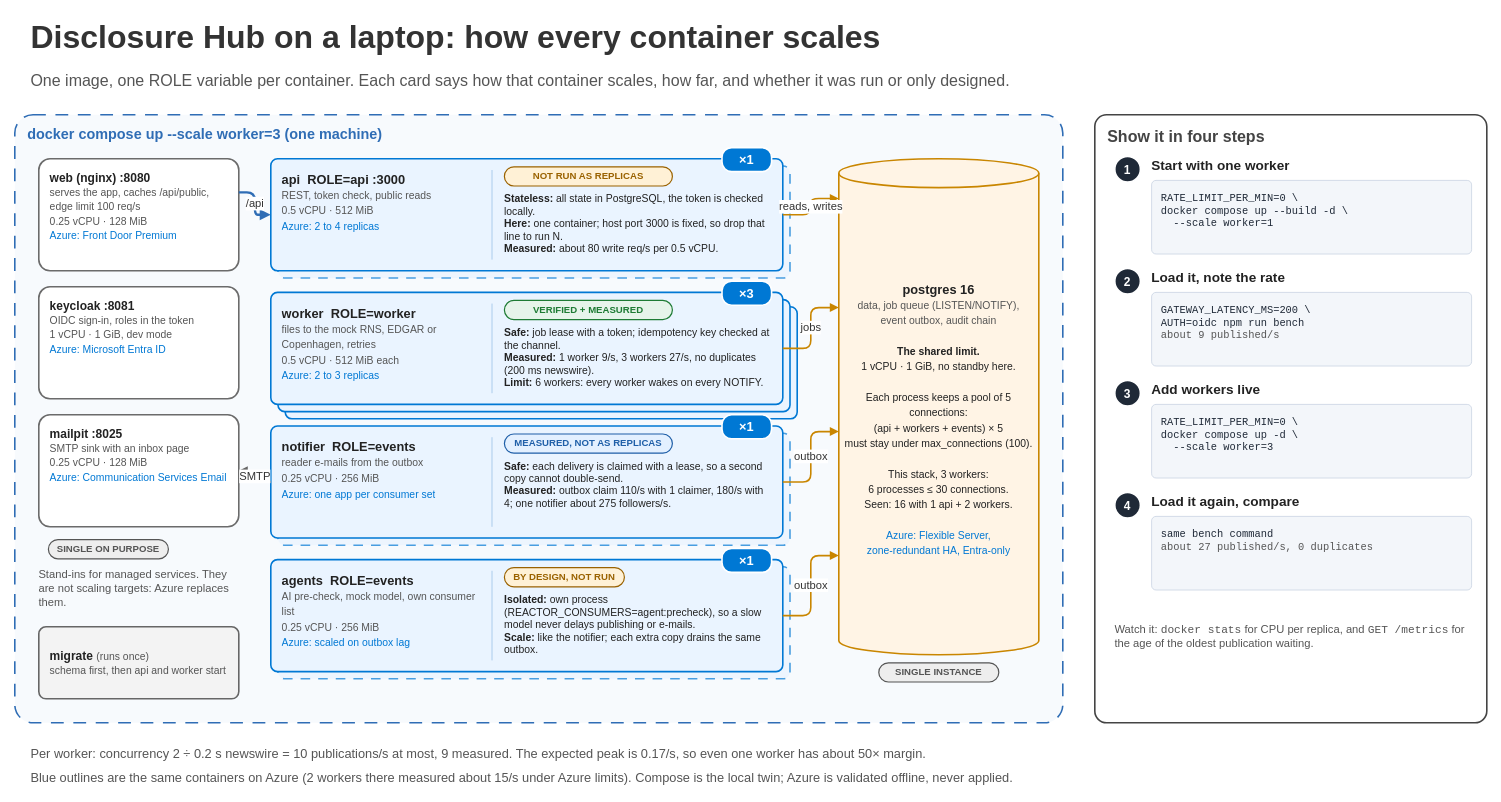
Earlier version of the draw.io diagram docs/diagrams/04-local-scaling.drawio (PierfrancescoLijoi/disclosure-hub). Source tidied: cells renumbered, new cells numbered last; positions are measured from the earlier drawing's top-left corner, leaving out a move shared by most shapes. Both pictures are drawn from the tidied source at 80%, with x=0, y=0 at pixel (14, 14).
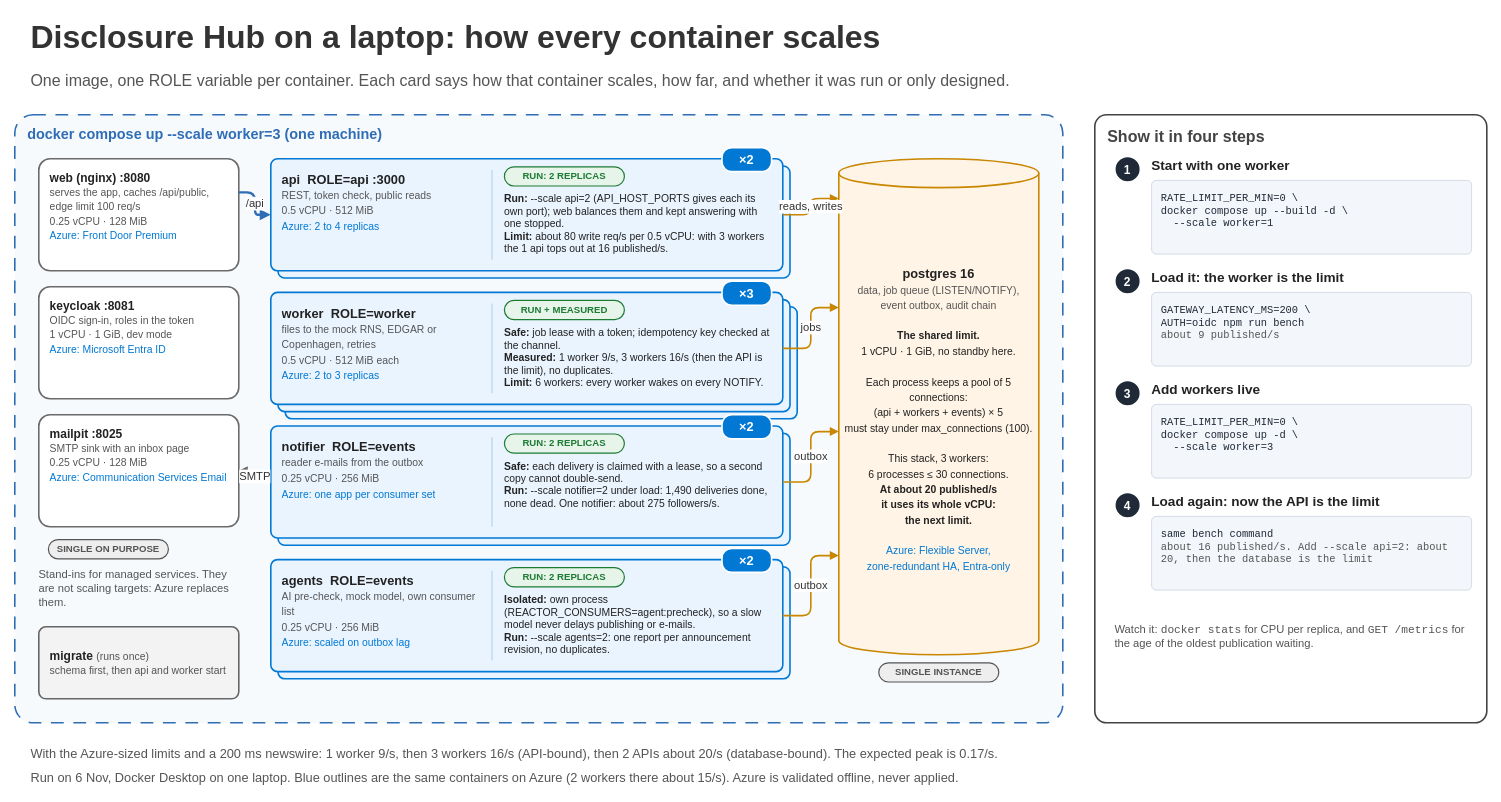
After the change.

Commit message (it also covers changes not shown here):
docs: measured local scaling, re-run with the Azure-sized limits

The edit, as a diff of the source:
```diff
@@
-    <mxCell id="12" style="fontFamily=Helvetica;rounded=1;arcSize=6;whiteSpace=wrap;html=1;fillColor=#EAF4FF;strokeColor=#0078D4;strokeWidth=2;dashed=1;dashPattern=6 5;opacity=70;" parent="1" vertex="1">
+    <mxCell id="12" style="fontFamily=Helvetica;rounded=1;arcSize=6;whiteSpace=wrap;html=1;fillColor=#EAF4FF;strokeColor=#0078D4;strokeWidth=2;dashed=0;" parent="1" vertex="1">
       <mxGeometry x="329" y="190" width="640" height="140" as="geometry" />
     </mxCell>
@@
-    <mxCell id="16" value="&lt;b&gt;Stateless:&lt;/b&gt; all state in PostgreSQL, the token is checked locally.&lt;br&gt;&lt;b&gt;Here:&lt;/b&gt; one container; host port 3000 is fixed, so drop that line to run N.&lt;br&gt;&lt;b&gt;Measured:&lt;/b&gt; about 80 write req/s per 0.5 vCPU." style="fontFamily=Helvetica;text;html=1;whiteSpace=wrap;fontSize=13;fontColor=#222222;align=left;verticalAlign=top;fontStyle=0;strokeColor=none;fillColor=none;spacing=0;spacingLeft=0;overflow=hidden;" parent="1" vertex="1">
+    <mxCell id="16" value="&lt;b&gt;Run:&lt;/b&gt; --scale api=2 (API_HOST_PORTS gives each its own port); web balances them and kept answering with one stopped.&lt;br&gt;&lt;b&gt;Limit:&lt;/b&gt; about 80 write req/s per 0.5 vCPU: with 3 workers the 1 api tops out at 16 published/s." style="fontFamily=Helvetica;text;html=1;whiteSpace=wrap;fontSize=13;fontColor=#222222;align=left;verticalAlign=top;fontStyle=0;strokeColor=none;fillColor=none;spacing=0;spacingLeft=0;overflow=hidden;" parent="1" vertex="1">
       <mxGeometry x="612" y="219" width="334" height="96" as="geometry" />
     </mxCell>
-    <mxCell id="17" value="NOT RUN AS REPLICAS" style="fontFamily=Helvetica;rounded=1;arcSize=50;whiteSpace=wrap;html=1;fillColor=#FFF1D6;strokeColor=#9A6200;strokeWidth=1.5;fontSize=12;fontStyle=1;fontColor=#9A6200;align=center;verticalAlign=middle;" parent="1" vertex="1">
-      <mxGeometry x="612" y="191" width="210" height="24" as="geometry" />
+    <mxCell id="17" value="RUN: 2 REPLICAS" style="fontFamily=Helvetica;rounded=1;arcSize=50;whiteSpace=wrap;html=1;fillColor=#E6F4EA;strokeColor=#1E7B34;strokeWidth=1.5;fontSize=12;fontStyle=1;fontColor=#1E7B34;align=center;verticalAlign=middle;" parent="1" vertex="1">
+      <mxGeometry x="612" y="191" width="150" height="24" as="geometry" />
     </mxCell>
-    <mxCell id="18" value="×1" style="fontFamily=Helvetica;rounded=1;arcSize=40;whiteSpace=wrap;html=1;fillColor=#0078D4;strokeColor=#FFFFFF;strokeWidth=2;fontSize=16;fontStyle=1;fontColor=#FFFFFF;align=center;verticalAlign=middle;" parent="1" vertex="1">
+    <mxCell id="18" value="×2" style="fontFamily=Helvetica;rounded=1;arcSize=40;whiteSpace=wrap;html=1;fillColor=#0078D4;strokeColor=#FFFFFF;strokeWidth=2;fontSize=16;fontStyle=1;fontColor=#FFFFFF;align=center;verticalAlign=middle;" parent="1" vertex="1">
       <mxGeometry x="884" y="167" width="62" height="30" as="geometry" />
     </mxCell>
@@
-    <mxCell id="24" value="&lt;b&gt;Safe:&lt;/b&gt; job lease with a token; idempotency key checked at the channel.&lt;br&gt;&lt;b&gt;Measured:&lt;/b&gt; 1 worker 9/s, 3 workers 27/s, no duplicates (200 ms newswire).&lt;br&gt;&lt;b&gt;Limit:&lt;/b&gt; 6 workers: every worker wakes on every NOTIFY." style="fontFamily=Helvetica;text;html=1;whiteSpace=wrap;fontSize=13;fontColor=#222222;align=left;verticalAlign=top;fontStyle=0;strokeColor=none;fillColor=none;spacing=0;spacingLeft=0;overflow=hidden;" parent="1" vertex="1">
+    <mxCell id="24" value="&lt;b&gt;Safe:&lt;/b&gt; job lease with a token; idempotency key checked at the channel.&lt;br&gt;&lt;b&gt;Measured:&lt;/b&gt; 1 worker 9/s, 3 workers 16/s (then the API is the limit), no duplicates.&lt;br&gt;&lt;b&gt;Limit:&lt;/b&gt; 6 workers: every worker wakes on every NOTIFY." style="fontFamily=Helvetica;text;html=1;whiteSpace=wrap;fontSize=13;fontColor=#222222;align=left;verticalAlign=top;fontStyle=0;strokeColor=none;fillColor=none;spacing=0;spacingLeft=0;overflow=hidden;" parent="1" vertex="1">
       <mxGeometry x="612" y="386" width="334" height="96" as="geometry" />
     </mxCell>
-    <mxCell id="25" value="VERIFIED + MEASURED" style="fontFamily=Helvetica;rounded=1;arcSize=50;whiteSpace=wrap;html=1;fillColor=#E6F4EA;strokeColor=#1E7B34;strokeWidth=1.5;fontSize=12;fontStyle=1;fontColor=#1E7B34;align=center;verticalAlign=middle;" parent="1" vertex="1">
-      <mxGeometry x="612" y="358" width="210" height="24" as="geometry" />
+    <mxCell id="25" value="RUN + MEASURED" style="fontFamily=Helvetica;rounded=1;arcSize=50;whiteSpace=wrap;html=1;fillColor=#E6F4EA;strokeColor=#1E7B34;strokeWidth=1.5;fontSize=12;fontStyle=1;fontColor=#1E7B34;align=center;verticalAlign=middle;" parent="1" vertex="1">
+      <mxGeometry x="612" y="358" width="150" height="24" as="geometry" />
     </mxCell>
@@
-    <mxCell id="27" style="fontFamily=Helvetica;rounded=1;arcSize=6;whiteSpace=wrap;html=1;fillColor=#EAF4FF;strokeColor=#0078D4;strokeWidth=2;dashed=1;dashPattern=6 5;opacity=70;" parent="1" vertex="1">
+    <mxCell id="27" style="fontFamily=Helvetica;rounded=1;arcSize=6;whiteSpace=wrap;html=1;fillColor=#EAF4FF;strokeColor=#0078D4;strokeWidth=2;dashed=0;" parent="1" vertex="1">
       <mxGeometry x="329" y="524" width="640" height="140" as="geometry" />
     </mxCell>
@@
-    <mxCell id="31" value="&lt;b&gt;Safe:&lt;/b&gt; each delivery is claimed with a lease, so a second copy cannot double-send.&lt;br&gt;&lt;b&gt;Measured:&lt;/b&gt; outbox claim 110/s with 1 claimer, 180/s with 4; one notifier about 275 followers/s." style="fontFamily=Helvetica;text;html=1;whiteSpace=wrap;fontSize=13;fontColor=#222222;align=left;verticalAlign=top;fontStyle=0;strokeColor=none;fillColor=none;spacing=0;spacingLeft=0;overflow=hidden;" parent="1" vertex="1">
+    <mxCell id="31" value="&lt;b&gt;Safe:&lt;/b&gt; each delivery is claimed with a lease, so a second copy cannot double-send.&lt;br&gt;&lt;b&gt;Run:&lt;/b&gt; --scale notifier=2 under load: 1,490 deliveries done, none dead. One notifier: about 275 followers/s." style="fontFamily=Helvetica;text;html=1;whiteSpace=wrap;fontSize=13;fontColor=#222222;align=left;verticalAlign=top;fontStyle=0;strokeColor=none;fillColor=none;spacing=0;spacingLeft=0;overflow=hidden;" parent="1" vertex="1">
       <mxGeometry x="612" y="553" width="334" height="96" as="geometry" />
     </mxCell>
-    <mxCell id="32" value="MEASURED, NOT AS REPLICAS" style="fontFamily=Helvetica;rounded=1;arcSize=50;whiteSpace=wrap;html=1;fillColor=#E3F0FF;strokeColor=#1F5FA8;strokeWidth=1.5;fontSize=12;fontStyle=1;fontColor=#1F5FA8;align=center;verticalAlign=middle;" parent="1" vertex="1">
-      <mxGeometry x="612" y="525" width="210" height="24" as="geometry" />
+    <mxCell id="32" value="RUN: 2 REPLICAS" style="fontFamily=Helvetica;rounded=1;arcSize=50;whiteSpace=wrap;html=1;fillColor=#E6F4EA;strokeColor=#1E7B34;strokeWidth=1.5;fontSize=12;fontStyle=1;fontColor=#1E7B34;align=center;verticalAlign=middle;" parent="1" vertex="1">
+      <mxGeometry x="612" y="525" width="150" height="24" as="geometry" />
     </mxCell>
-    <mxCell id="33" value="×1" style="fontFamily=Helvetica;rounded=1;arcSize=40;whiteSpace=wrap;html=1;fillColor=#0078D4;strokeColor=#FFFFFF;strokeWidth=2;fontSize=16;fontStyle=1;fontColor=#FFFFFF;align=center;verticalAlign=middle;" parent="1" vertex="1">
+    <mxCell id="33" value="×2" style="fontFamily=Helvetica;rounded=1;arcSize=40;whiteSpace=wrap;html=1;fillColor=#0078D4;strokeColor=#FFFFFF;strokeWidth=2;fontSize=16;fontStyle=1;fontColor=#FFFFFF;align=center;verticalAlign=middle;" parent="1" vertex="1">
       <mxGeometry x="884" y="501" width="62" height="30" as="geometry" />
     </mxCell>
-    <mxCell id="34" style="fontFamily=Helvetica;rounded=1;arcSize=6;whiteSpace=wrap;html=1;fillColor=#EAF4FF;strokeColor=#0078D4;strokeWidth=2;dashed=1;dashPattern=6 5;opacity=70;" parent="1" vertex="1">
+    <mxCell id="34" style="fontFamily=Helvetica;rounded=1;arcSize=6;whiteSpace=wrap;html=1;fillColor=#EAF4FF;strokeColor=#0078D4;strokeWidth=2;dashed=0;" parent="1" vertex="1">
       <mxGeometry x="329" y="691" width="640" height="140" as="geometry" />
     </mxCell>
@@
-    <mxCell id="38" value="&lt;b&gt;Isolated:&lt;/b&gt; own process (REACTOR_CONSUMERS=agent:precheck), so a slow model never delays publishing or e-mails.&lt;br&gt;&lt;b&gt;Scale:&lt;/b&gt; like the notifier; each extra copy drains the same outbox." style="fontFamily=Helvetica;text;html=1;whiteSpace=wrap;fontSize=13;fontColor=#222222;align=left;verticalAlign=top;fontStyle=0;strokeColor=none;fillColor=none;spacing=0;spacingLeft=0;overflow=hidden;" parent="1" vertex="1">
+    <mxCell id="38" value="&lt;b&gt;Isolated:&lt;/b&gt; own process (REACTOR_CONSUMERS=agent:precheck), so a slow model never delays publishing or e-mails.&lt;br&gt;&lt;b&gt;Run:&lt;/b&gt; --scale agents=2: one report per announcement revision, no duplicates." style="fontFamily=Helvetica;text;html=1;whiteSpace=wrap;fontSize=13;fontColor=#222222;align=left;verticalAlign=top;fontStyle=0;strokeColor=none;fillColor=none;spacing=0;spacingLeft=0;overflow=hidden;" parent="1" vertex="1">
       <mxGeometry x="612" y="720" width="334" height="96" as="geometry" />
     </mxCell>
-    <mxCell id="39" value="BY DESIGN, NOT RUN" style="fontFamily=Helvetica;rounded=1;arcSize=50;whiteSpace=wrap;html=1;fillColor=#FFF1D6;strokeColor=#9A6200;strokeWidth=1.5;fontSize=12;fontStyle=1;fontColor=#9A6200;align=center;verticalAlign=middle;" parent="1" vertex="1">
+    <mxCell id="39" value="RUN: 2 REPLICAS" style="fontFamily=Helvetica;rounded=1;arcSize=50;whiteSpace=wrap;html=1;fillColor=#E6F4EA;strokeColor=#1E7B34;strokeWidth=1.5;fontSize=12;fontStyle=1;fontColor=#1E7B34;align=center;verticalAlign=middle;" parent="1" vertex="1">
       <mxGeometry x="612" y="692" width="150" height="24" as="geometry" />
     </mxCell>
-    <mxCell id="40" value="×1" style="fontFamily=Helvetica;rounded=1;arcSize=40;whiteSpace=wrap;html=1;fillColor=#0078D4;strokeColor=#FFFFFF;strokeWidth=2;fontSize=16;fontStyle=1;fontColor=#FFFFFF;align=center;verticalAlign=middle;" parent="1" vertex="1">
+    <mxCell id="40" value="×2" style="fontFamily=Helvetica;rounded=1;arcSize=40;whiteSpace=wrap;html=1;fillColor=#0078D4;strokeColor=#FFFFFF;strokeWidth=2;fontSize=16;fontStyle=1;fontColor=#FFFFFF;align=center;verticalAlign=middle;" parent="1" vertex="1">
       <mxGeometry x="884" y="668" width="62" height="30" as="geometry" />
     </mxCell>
-    <mxCell id="41" value="&lt;b&gt;postgres 16&lt;/b&gt;&lt;br&gt;&lt;font style=&quot;font-size:13px;color:#555555&quot;&gt;data, job queue (LISTEN/NOTIFY),&lt;br&gt;event outbox, audit chain&lt;/font&gt;&lt;br&gt;&lt;br&gt;&lt;font style=&quot;font-size:13px;color:#222222&quot;&gt;&lt;b&gt;The shared limit.&lt;/b&gt;&lt;br&gt;1 vCPU · 1 GiB, no standby here.&lt;br&gt;&lt;br&gt;Each process keeps a pool of 5 connections:&lt;br&gt;(api + workers + events) × 5&lt;br&gt;must stay under max_connections (100).&lt;br&gt;&lt;br&gt;This stack, 3 workers:&lt;br&gt;6 processes ≤ 30 connections.&lt;br&gt;Seen: 16 with 1 api + 2 workers.&lt;/font&gt;&lt;br&gt;&lt;br&gt;&lt;font style=&quot;font-size:13px;color:#0078D4&quot;&gt;Azure: Flexible Server,&lt;br&gt;zone-redundant HA, Entra-only&lt;/font&gt;" style="fontFamily=Helvetica;shape=cylinder3;boundedLbl=1;backgroundOutline=1;size=18;whiteSpace=wrap;html=1;fillColor=#FFF4E5;strokeColor=#C98600;strokeWidth=2;fontSize=16;fontColor=#222222;" parent="1" vertex="1">
+    <mxCell id="41" value="&lt;b&gt;postgres 16&lt;/b&gt;&lt;br&gt;&lt;font style=&quot;font-size:13px;color:#555555&quot;&gt;data, job queue (LISTEN/NOTIFY),&lt;br&gt;event outbox, audit chain&lt;/font&gt;&lt;br&gt;&lt;br&gt;&lt;font style=&quot;font-size:13px;color:#222222&quot;&gt;&lt;b&gt;The shared limit.&lt;/b&gt;&lt;br&gt;1 vCPU · 1 GiB, no standby here.&lt;br&gt;&lt;br&gt;Each process keeps a pool of 5 connections:&lt;br&gt;(api + workers + events) × 5&lt;br&gt;must stay under max_connections (100).&lt;br&gt;&lt;br&gt;This stack, 3 workers:&lt;br&gt;6 processes ≤ 30 connections.&lt;br&gt;&lt;b&gt;At about 20 published/s&lt;br&gt;it uses its whole vCPU:&lt;br&gt;the next limit.&lt;/b&gt;&lt;/font&gt;&lt;br&gt;&lt;br&gt;&lt;font style=&quot;font-size:13px;color:#0078D4&quot;&gt;Azure: Flexible Server,&lt;br&gt;zone-redundant HA, Entra-only&lt;/font&gt;" style="fontFamily=Helvetica;shape=cylinder3;boundedLbl=1;backgroundOutline=1;size=18;whiteSpace=wrap;html=1;fillColor=#FFF4E5;strokeColor=#C98600;strokeWidth=2;fontSize=16;fontColor=#222222;" parent="1" vertex="1">
       <mxGeometry x="1030" y="181" width="250" height="620" as="geometry" />
     </mxCell>
@@
-    <mxCell id="54" value="&lt;b&gt;Load it, note the rate&lt;/b&gt;" style="fontFamily=Helvetica;text;html=1;whiteSpace=wrap;fontSize=17;fontColor=#222222;align=left;verticalAlign=top;fontStyle=0;strokeColor=none;fillColor=none;spacing=0;spacingLeft=0;overflow=hidden;" parent="1" vertex="1">
+    <mxCell id="54" value="&lt;b&gt;Load it: the worker is the limit&lt;/b&gt;" style="fontFamily=Helvetica;text;html=1;whiteSpace=wrap;fontSize=17;fontColor=#222222;align=left;verticalAlign=top;fontStyle=0;strokeColor=none;fillColor=none;spacing=0;spacingLeft=0;overflow=hidden;" parent="1" vertex="1">
       <mxGeometry x="1421" y="316" width="400" height="26" as="geometry" />
     </mxCell>
@@
-    <mxCell id="62" value="&lt;b&gt;Load it again, compare&lt;/b&gt;" style="fontFamily=Helvetica;text;html=1;whiteSpace=wrap;fontSize=17;fontColor=#222222;align=left;verticalAlign=top;fontStyle=0;strokeColor=none;fillColor=none;spacing=0;spacingLeft=0;overflow=hidden;" parent="1" vertex="1">
+    <mxCell id="62" value="&lt;b&gt;Load again: now the API is the limit&lt;/b&gt;" style="fontFamily=Helvetica;text;html=1;whiteSpace=wrap;fontSize=17;fontColor=#222222;align=left;verticalAlign=top;fontStyle=0;strokeColor=none;fillColor=none;spacing=0;spacingLeft=0;overflow=hidden;" parent="1" vertex="1">
       <mxGeometry x="1421" y="596" width="400" height="26" as="geometry" />
     </mxCell>
@@
-    <mxCell id="64" value="same bench command&lt;br&gt;&lt;font color=&quot;#555555&quot;&gt;about 27 published/s, 0 duplicates&lt;/font&gt;" style="fontFamily=Courier New;text;html=1;whiteSpace=wrap;fontSize=13;fontColor=#1F2937;align=left;verticalAlign=top;fontStyle=0;strokeColor=none;fillColor=none;spacing=0;spacingLeft=0;overflow=hidden;" parent="1" vertex="1">
+    <mxCell id="64" value="same bench command&lt;br&gt;&lt;font color=&quot;#555555&quot;&gt;about 16 published/s. Add --scale api=2: about 20, then the database is the limit&lt;/font&gt;" style="fontFamily=Courier New;text;html=1;whiteSpace=wrap;fontSize=13;fontColor=#1F2937;align=left;verticalAlign=top;fontStyle=0;strokeColor=none;fillColor=none;spacing=0;spacingLeft=0;overflow=hidden;" parent="1" vertex="1">
       <mxGeometry x="1433" y="638" width="380" height="78" as="geometry" />
     </mxCell>
@@
-    <mxCell id="66" value="Per worker: concurrency 2 ÷ 0.2 s newswire = 10 publications/s at most, 9 measured. The expected peak is 0.17/s, so even one worker has about 50× margin." style="fontFamily=Helvetica;text;html=1;whiteSpace=wrap;fontSize=16;fontColor=#555555;align=left;verticalAlign=middle;fontStyle=0;strokeColor=none;fillColor=none;spacing=0;spacingLeft=0;overflow=hidden;" parent="1" vertex="1">
+    <mxCell id="66" value="With the Azure-sized limits and a 200 ms newswire: 1 worker 9/s, then 3 workers 16/s (API-bound), then 2 APIs about 20/s (database-bound). The expected peak is 0.17/s." style="fontFamily=Helvetica;text;html=1;whiteSpace=wrap;fontSize=16;fontColor=#555555;align=left;verticalAlign=middle;fontStyle=0;strokeColor=none;fillColor=none;spacing=0;spacingLeft=0;overflow=hidden;" parent="1" vertex="1">
       <mxGeometry x="20" y="911" width="1820" height="28" as="geometry" />
     </mxCell>
-    <mxCell id="67" value="Blue outlines are the same containers on Azure (2 workers there measured about 15/s under Azure limits). Compose is the local twin; Azure is validated offline, never applied." style="fontFamily=Helvetica;text;html=1;whiteSpace=wrap;fontSize=16;fontColor=#555555;align=left;verticalAlign=middle;fontStyle=0;strokeColor=none;fillColor=none;spacing=0;spacingLeft=0;overflow=hidden;" parent="1" vertex="1">
+    <mxCell id="67" value="Run on 6 Nov, Docker Desktop on one laptop. Blue outlines are the same containers on Azure (2 workers there about 15/s). Azure is validated offline, never applied." style="fontFamily=Helvetica;text;html=1;whiteSpace=wrap;fontSize=16;fontColor=#555555;align=left;verticalAlign=middle;fontStyle=0;strokeColor=none;fillColor=none;spacing=0;spacingLeft=0;overflow=hidden;" parent="1" vertex="1">
       <mxGeometry x="20" y="941" width="1820" height="28" as="geometry" />
     </mxCell>
```
